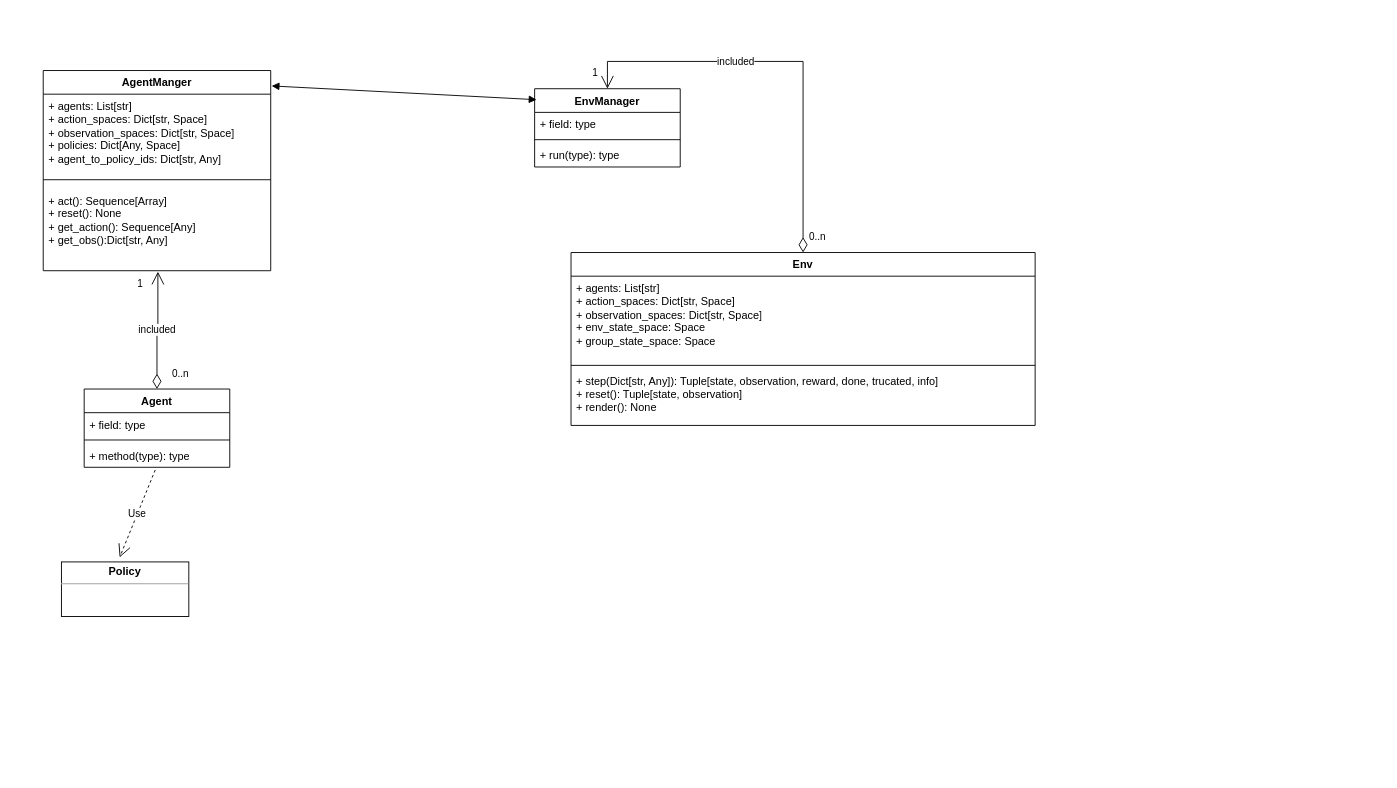
Above: Untitled Diagram.drawio in ZhHe11/NuAgent (draw.io), before the change. Source tidied: cells renumbered, new cells numbered last; positions are measured from the earlier drawing's top-left corner, leaving out a move shared by most shapes. Both pictures are drawn from the tidied source at 91%, with x=0, y=0 at pixel (43, 61).
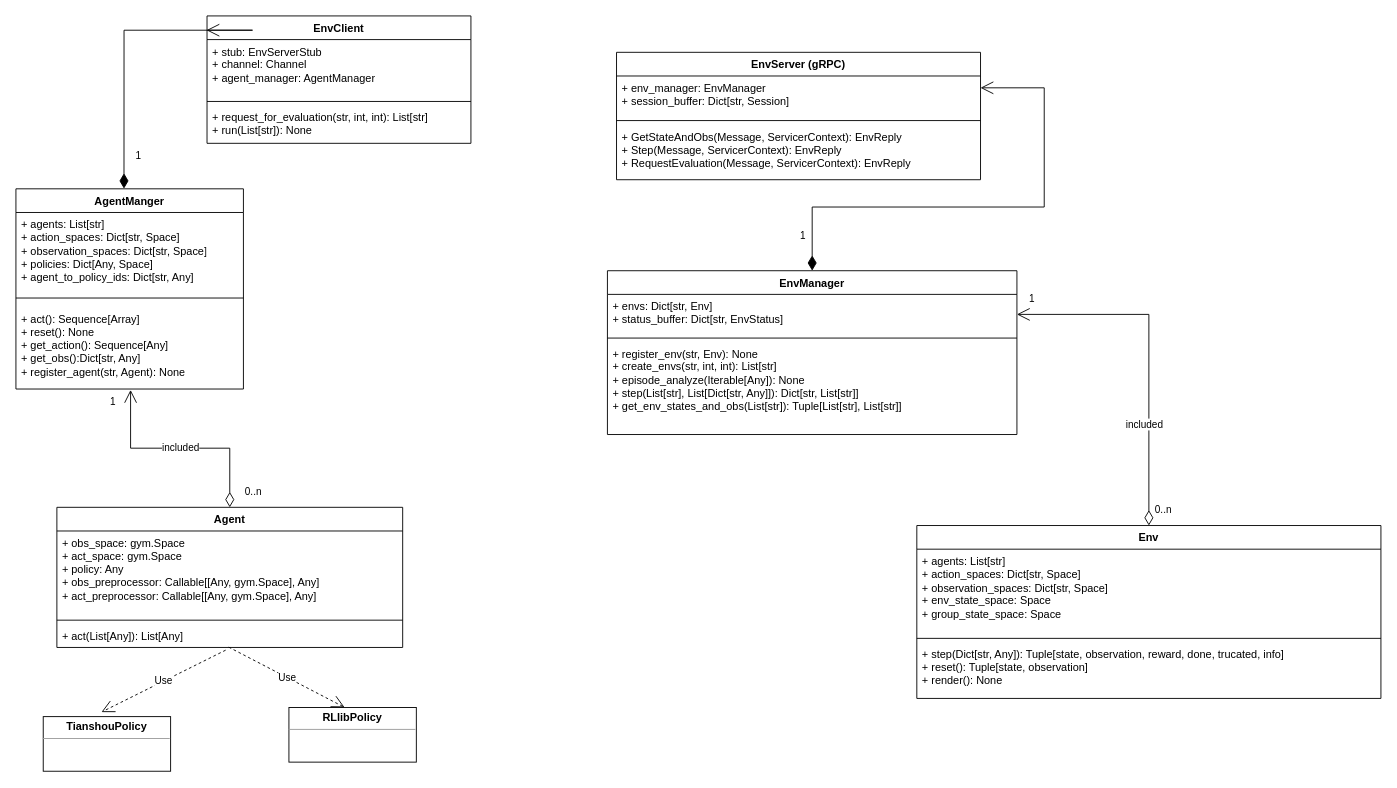
The same page after the edit.

Change to the diagram source:
```diff
@@
     <mxCell id="2" value="AgentManger" style="swimlane;fontStyle=1;align=center;verticalAlign=top;horizontal=1;startSize=26;whiteSpace=wrap;html=1;" parent="1" vertex="1">
-      <mxGeometry y="10" width="250" height="220" as="geometry" />
+      <mxGeometry x="-30" y="140" width="250" height="220" as="geometry" />
     </mxCell>
@@
-    <mxCell id="5" value="+ act(): Sequence[Array]&lt;br&gt;+ reset(): None&lt;br&gt;+ get_action(): Sequence[Any]&lt;br&gt;+ get_obs():Dict[str, Any]" style="text;strokeColor=none;fillColor=none;align=left;verticalAlign=top;spacingLeft=4;spacingRight=4;overflow=hidden;points=[[0,0.5],[1,0.5]];portConstraint=eastwest;whiteSpace=wrap;html=1;" parent="2" vertex="1">
+    <mxCell id="5" value="+ act(): Sequence[Array]&lt;br&gt;+ reset(): None&lt;br&gt;+ get_action(): Sequence[Any]&lt;br&gt;+ get_obs():Dict[str, Any]&lt;br&gt;+ register_agent(str, Agent): None" style="text;strokeColor=none;fillColor=none;align=left;verticalAlign=top;spacingLeft=4;spacingRight=4;overflow=hidden;points=[[0,0.5],[1,0.5]];portConstraint=eastwest;whiteSpace=wrap;html=1;" parent="2" vertex="1">
       <mxGeometry y="130" width="250" height="90" as="geometry" />
     </mxCell>
     <mxCell id="6" value="Env" style="swimlane;fontStyle=1;align=center;verticalAlign=top;horizontal=1;startSize=26;whiteSpace=wrap;html=1;" parent="1" vertex="1">
-      <mxGeometry x="580" y="210" width="510" height="190" as="geometry" />
+      <mxGeometry x="960" y="510" width="510" height="190" as="geometry" />
     </mxCell>
@@
-    <mxCell id="10" value="&lt;p style=&quot;margin:0px;margin-top:4px;text-align:center;&quot;&gt;&lt;b&gt;Policy&lt;/b&gt;&lt;/p&gt;&lt;hr size=&quot;1&quot;&gt;&lt;div style=&quot;height:2px;&quot;&gt;&lt;/div&gt;" style="verticalAlign=top;align=left;overflow=fill;fontSize=12;fontFamily=Helvetica;html=1;whiteSpace=wrap;" parent="1" vertex="1">
-      <mxGeometry x="20" y="550" width="140" height="60" as="geometry" />
+    <mxCell id="10" value="&lt;p style=&quot;margin:0px;margin-top:4px;text-align:center;&quot;&gt;&lt;b&gt;TianshouPolicy&lt;/b&gt;&lt;/p&gt;&lt;hr size=&quot;1&quot;&gt;&lt;div style=&quot;height:2px;&quot;&gt;&lt;/div&gt;" style="verticalAlign=top;align=left;overflow=fill;fontSize=12;fontFamily=Helvetica;html=1;whiteSpace=wrap;" parent="1" vertex="1">
+      <mxGeometry y="720" width="140" height="60" as="geometry" />
     </mxCell>
     <mxCell id="11" value="EnvManager" style="swimlane;fontStyle=1;align=center;verticalAlign=top;horizontal=1;startSize=26;whiteSpace=wrap;html=1;" parent="1" vertex="1">
-      <mxGeometry x="540" y="30" width="160" height="86" as="geometry" />
+      <mxGeometry x="620" y="230" width="450" height="180" as="geometry" />
     </mxCell>
-    <mxCell id="12" value="+ field: type" style="text;strokeColor=none;fillColor=none;align=left;verticalAlign=top;spacingLeft=4;spacingRight=4;overflow=hidden;points=[[0,0.5],[1,0.5]];portConstraint=eastwest;whiteSpace=wrap;html=1;" parent="11" vertex="1">
-      <mxGeometry y="26" width="160" height="26" as="geometry" />
+    <mxCell id="12" value="+ envs: Dict[str, Env]&lt;br&gt;+ status_buffer: Dict[str, EnvStatus]" style="text;strokeColor=none;fillColor=none;align=left;verticalAlign=top;spacingLeft=4;spacingRight=4;overflow=hidden;points=[[0,0.5],[1,0.5]];portConstraint=eastwest;whiteSpace=wrap;html=1;" parent="11" vertex="1">
+      <mxGeometry y="26" width="450" height="44" as="geometry" />
     </mxCell>
     <mxCell id="13" style="line;strokeWidth=1;fillColor=none;align=left;verticalAlign=middle;spacingTop=-1;spacingLeft=3;spacingRight=3;labelPosition=right;strokeColor=inherit;" parent="11" vertex="1">
-      <mxGeometry y="52" width="160" height="8" as="geometry" />
+      <mxGeometry y="70" width="450" height="8" as="geometry" />
     </mxCell>
-    <mxCell id="14" value="+ run(type): type" style="text;strokeColor=none;fillColor=none;align=left;verticalAlign=top;spacingLeft=4;spacingRight=4;overflow=hidden;whiteSpace=wrap;html=1;" parent="11" vertex="1">
-      <mxGeometry y="60" width="160" height="26" as="geometry" />
+    <mxCell id="14" value="+ register_env(str, Env): None&lt;br&gt;+ create_envs(str, int, int): List[str]&lt;br&gt;+ episode_analyze(Iterable[Any]): None&lt;br&gt;+ step(List[str], List[Dict[str, Any]]): Dict[str, List[str]]&lt;br&gt;+ get_env_states_and_obs(List[str]): Tuple[List[str], List[str]]&lt;br&gt;" style="text;strokeColor=none;fillColor=none;align=left;verticalAlign=top;spacingLeft=4;spacingRight=4;overflow=hidden;whiteSpace=wrap;html=1;" parent="11" vertex="1">
+      <mxGeometry y="78" width="450" height="102" as="geometry" />
     </mxCell>
-    <mxCell id="15" value="included" style="endArrow=open;html=1;endSize=12;startArrow=diamondThin;startSize=14;startFill=0;edgeStyle=orthogonalEdgeStyle;rounded=0;entryX=0.5;entryY=0;entryDx=0;entryDy=0;exitX=0.5;exitY=0;exitDx=0;exitDy=0;" parent="1" edge="1" source="6" target="11">
-      <mxGeometry x="0.25" relative="1" as="geometry">
+    <mxCell id="15" value="included" style="endArrow=open;html=1;endSize=12;startArrow=diamondThin;startSize=14;startFill=0;edgeStyle=orthogonalEdgeStyle;rounded=0;exitX=0.5;exitY=0;exitDx=0;exitDy=0;entryX=1;entryY=0.5;entryDx=0;entryDy=0;" parent="1" edge="1" source="6" target="12">
+      <mxGeometry x="-0.41" y="5" relative="1" as="geometry">
         <Array as="points">
-          <mxPoint x="835" />
-          <mxPoint x="620" />
+          <mxPoint x="1215" y="278" />
         </Array>
       </mxGeometry>
     </mxCell>
@@
     <mxCell id="17" value="1" style="edgeLabel;html=1;align=right;verticalAlign=top;" parent="15" vertex="1">
       <mxGeometry x="1" relative="1" as="geometry">
-        <mxPoint x="-10" y="-30" as="offset" />
+        <mxPoint x="20" y="-30" as="offset" />
       </mxGeometry>
     </mxCell>
     <mxCell id="18" value="Agent" style="swimlane;fontStyle=1;align=center;verticalAlign=top;horizontal=1;startSize=26;whiteSpace=wrap;html=1;" parent="1" vertex="1">
-      <mxGeometry x="45" y="360" width="160" height="86" as="geometry" />
+      <mxGeometry x="15" y="490" width="380" height="154" as="geometry" />
     </mxCell>
-    <mxCell id="19" value="+ field: type" style="text;strokeColor=none;fillColor=none;align=left;verticalAlign=top;spacingLeft=4;spacingRight=4;overflow=hidden;whiteSpace=wrap;html=1;" parent="18" vertex="1">
-      <mxGeometry y="26" width="160" height="26" as="geometry" />
+    <mxCell id="19" value="+ obs_space: gym.Space&lt;br&gt;+ act_space: gym.Space&lt;br&gt;+ policy: Any&lt;br&gt;+ obs_preprocessor: Callable[[Any, gym.Space], Any]&lt;br&gt;+ act_preprocessor: Callable[[Any, gym.Space], Any]" style="text;strokeColor=none;fillColor=none;align=left;verticalAlign=top;spacingLeft=4;spacingRight=4;overflow=hidden;whiteSpace=wrap;html=1;" parent="18" vertex="1">
+      <mxGeometry y="26" width="380" height="94" as="geometry" />
     </mxCell>
     <mxCell id="20" style="line;strokeWidth=1;fillColor=none;align=left;verticalAlign=middle;spacingTop=-1;spacingLeft=3;spacingRight=3;labelPosition=right;strokeColor=inherit;" parent="18" vertex="1">
-      <mxGeometry y="52" width="160" height="8" as="geometry" />
+      <mxGeometry y="120" width="380" height="8" as="geometry" />
     </mxCell>
-    <mxCell id="21" value="+ method(type): type" style="text;strokeColor=none;fillColor=none;align=left;verticalAlign=top;spacingLeft=4;spacingRight=4;overflow=hidden;points=[[0,0.5],[1,0.5]];portConstraint=eastwest;whiteSpace=wrap;html=1;" parent="18" vertex="1">
-      <mxGeometry y="60" width="160" height="26" as="geometry" />
+    <mxCell id="21" value="+ act(List[Any]): List[Any]" style="text;strokeColor=none;fillColor=none;align=left;verticalAlign=top;spacingLeft=4;spacingRight=4;overflow=hidden;points=[[0,0.5],[1,0.5]];portConstraint=eastwest;whiteSpace=wrap;html=1;" parent="18" vertex="1">
+      <mxGeometry y="128" width="380" height="26" as="geometry" />
     </mxCell>
@@
-    <mxCell id="26" style="endArrow=block;startArrow=block;endFill=1;startFill=1;html=1;rounded=0;entryX=0.013;entryY=0.14;entryDx=0;entryDy=0;entryPerimeter=0;exitX=1.004;exitY=0.077;exitDx=0;exitDy=0;exitPerimeter=0;" parent="1" edge="1" source="2" target="11">
-      <mxGeometry relative="1" as="geometry" />
-    </mxCell>
+    <mxCell id="27" value="EnvServer (gRPC)" style="swimlane;fontStyle=1;align=center;verticalAlign=top;horizontal=1;startSize=26;whiteSpace=wrap;html=1;" parent="1" vertex="1">
+      <mxGeometry x="630" y="-10" width="400" height="140" as="geometry" />
+    </mxCell>
+    <mxCell id="28" value="+ env_manager: EnvManager&lt;br&gt;+ session_buffer: Dict[str, Session]" style="text;strokeColor=none;fillColor=none;align=left;verticalAlign=top;spacingLeft=4;spacingRight=4;overflow=hidden;points=[[0,0.5],[1,0.5]];portConstraint=eastwest;whiteSpace=wrap;html=1;" parent="27" vertex="1">
+      <mxGeometry y="26" width="400" height="44" as="geometry" />
+    </mxCell>
+    <mxCell id="29" style="line;strokeWidth=1;fillColor=none;align=left;verticalAlign=middle;spacingTop=-1;spacingLeft=3;spacingRight=3;labelPosition=right;strokeColor=inherit;" parent="27" vertex="1">
+      <mxGeometry y="70" width="400" height="10" as="geometry" />
+    </mxCell>
+    <mxCell id="30" value="+ GetStateAndObs(Message, ServicerContext&lt;span style=&quot;background-color: initial;&quot;&gt;):&amp;nbsp;&lt;/span&gt;EnvReply&lt;br&gt;+ Step(Message, ServicerContext): EnvReply&lt;br&gt;+ RequestEvaluation(Message, ServicerContext): EnvReply" style="text;strokeColor=none;fillColor=none;align=left;verticalAlign=top;spacingLeft=4;spacingRight=4;overflow=hidden;whiteSpace=wrap;html=1;" parent="27" vertex="1">
+      <mxGeometry y="80" width="400" height="60" as="geometry" />
+    </mxCell>
+    <mxCell id="31" value="1" style="endArrow=open;html=1;endSize=12;startArrow=diamondThin;startSize=14;startFill=1;edgeStyle=orthogonalEdgeStyle;align=left;verticalAlign=bottom;rounded=0;exitX=0.5;exitY=0;exitDx=0;exitDy=0;" parent="1" edge="1" source="11" target="28">
+      <mxGeometry x="-0.89" y="15" relative="1" as="geometry">
+        <Array as="points">
+          <mxPoint x="845" y="160" />
+          <mxPoint x="1100" y="160" />
+          <mxPoint x="1100" y="29" />
+        </Array>
+      </mxGeometry>
+    </mxCell>
+    <mxCell id="32" value="EnvClient" style="swimlane;fontStyle=1;align=center;verticalAlign=top;horizontal=1;startSize=26;whiteSpace=wrap;html=1;" parent="1" vertex="1">
+      <mxGeometry x="180" y="-50" width="290" height="140" as="geometry" />
+    </mxCell>
+    <mxCell id="33" value="+ stub:&amp;nbsp;EnvServerStub&lt;br&gt;+ channel: Channel&lt;br&gt;+ agent_manager: AgentManager" style="text;strokeColor=none;fillColor=none;align=left;verticalAlign=top;spacingLeft=4;spacingRight=4;overflow=hidden;whiteSpace=wrap;html=1;" parent="32" vertex="1">
+      <mxGeometry y="26" width="290" height="64" as="geometry" />
+    </mxCell>
+    <mxCell id="34" style="line;strokeWidth=1;fillColor=none;align=left;verticalAlign=middle;spacingTop=-1;spacingLeft=3;spacingRight=3;labelPosition=right;strokeColor=inherit;" parent="32" vertex="1">
+      <mxGeometry y="90" width="290" height="8" as="geometry" />
+    </mxCell>
+    <mxCell id="35" value="+&amp;nbsp;request_for_evaluation&lt;span style=&quot;background-color: initial;&quot;&gt;(str, int, int): List[str]&lt;br&gt;+ run(List[str]): None&lt;br&gt;&lt;/span&gt;" style="text;strokeColor=none;fillColor=none;align=left;verticalAlign=top;spacingLeft=4;spacingRight=4;overflow=hidden;whiteSpace=wrap;html=1;" parent="32" vertex="1">
+      <mxGeometry y="98" width="290" height="42" as="geometry" />
+    </mxCell>
+    <mxCell id="36" value="1" style="endArrow=open;html=1;endSize=12;startArrow=diamondThin;startSize=14;startFill=1;edgeStyle=orthogonalEdgeStyle;align=left;verticalAlign=bottom;rounded=0;exitX=0.475;exitY=-0.001;exitDx=0;exitDy=0;exitPerimeter=0;entryX=-0.002;entryY=0.112;entryDx=0;entryDy=0;entryPerimeter=0;" parent="1" edge="1" source="2" target="32">
+      <mxGeometry x="-0.85" y="-11" relative="1" as="geometry" />
+    </mxCell>
+    <mxCell id="37" value="&lt;p style=&quot;margin:0px;margin-top:4px;text-align:center;&quot;&gt;&lt;b&gt;RLlibPolicy&lt;/b&gt;&lt;/p&gt;&lt;hr size=&quot;1&quot;&gt;&lt;div style=&quot;height:2px;&quot;&gt;&lt;/div&gt;" style="verticalAlign=top;align=left;overflow=fill;fontSize=12;fontFamily=Helvetica;html=1;whiteSpace=wrap;" parent="1" vertex="1">
+      <mxGeometry x="270" y="710" width="140" height="60" as="geometry" />
+    </mxCell>
+    <mxCell id="38" value="Use" style="endArrow=open;endSize=12;dashed=1;html=1;rounded=0;exitX=0.497;exitY=0.987;exitDx=0;exitDy=0;exitPerimeter=0;entryX=0.437;entryY=-0.003;entryDx=0;entryDy=0;entryPerimeter=0;" parent="1" edge="1" source="21" target="37">
+      <mxGeometry relative="1" as="geometry" />
+    </mxCell>
```
